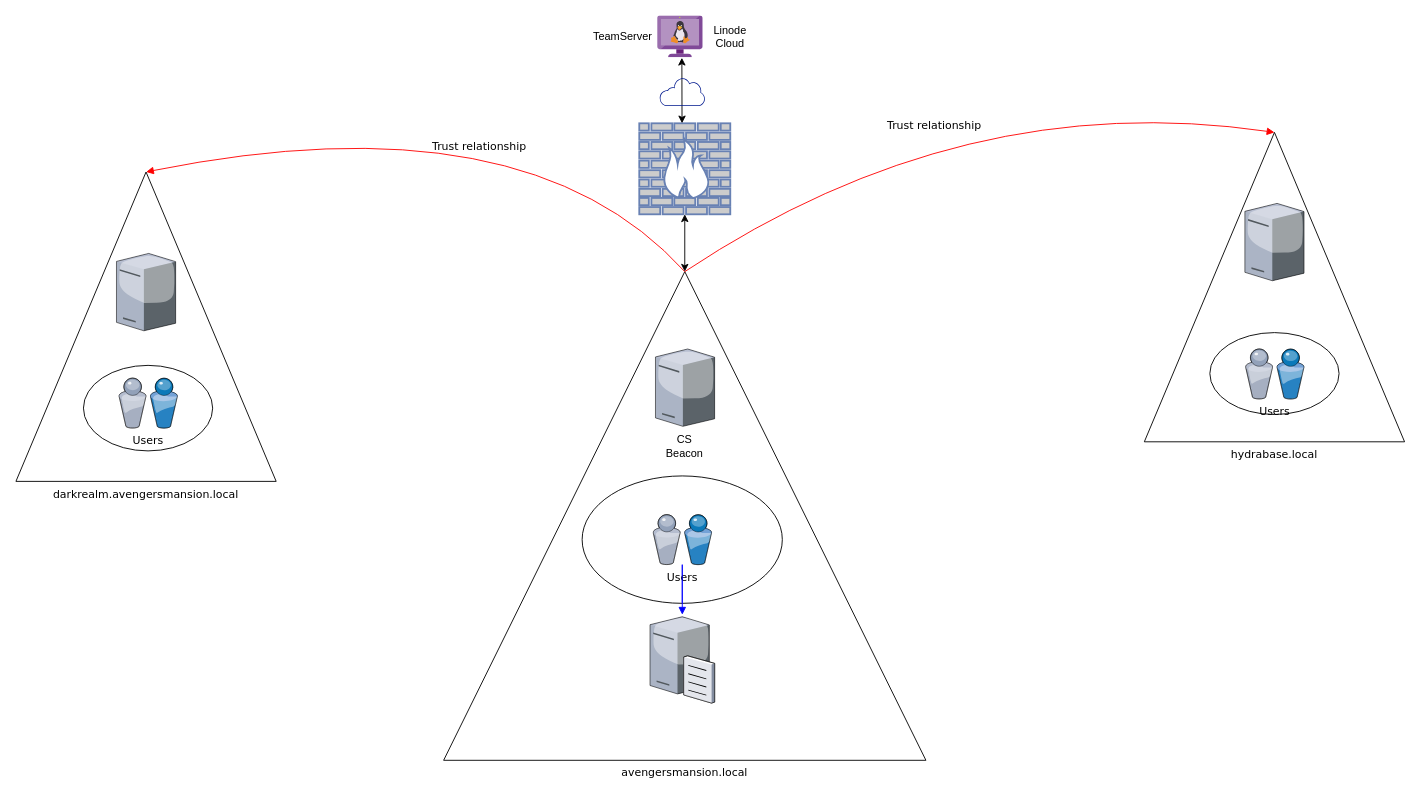
This is Untitled Diagram.drawio from raghavmishra/diagrams, a draw.io file, before an edit. Source tidied: cells renumbered, new cells numbered last; positions are measured from the earlier drawing's top-left corner, leaving out a move shared by most shapes. Both pictures are drawn from the tidied source at 91%, with x=0, y=0 at pixel (15, 15).
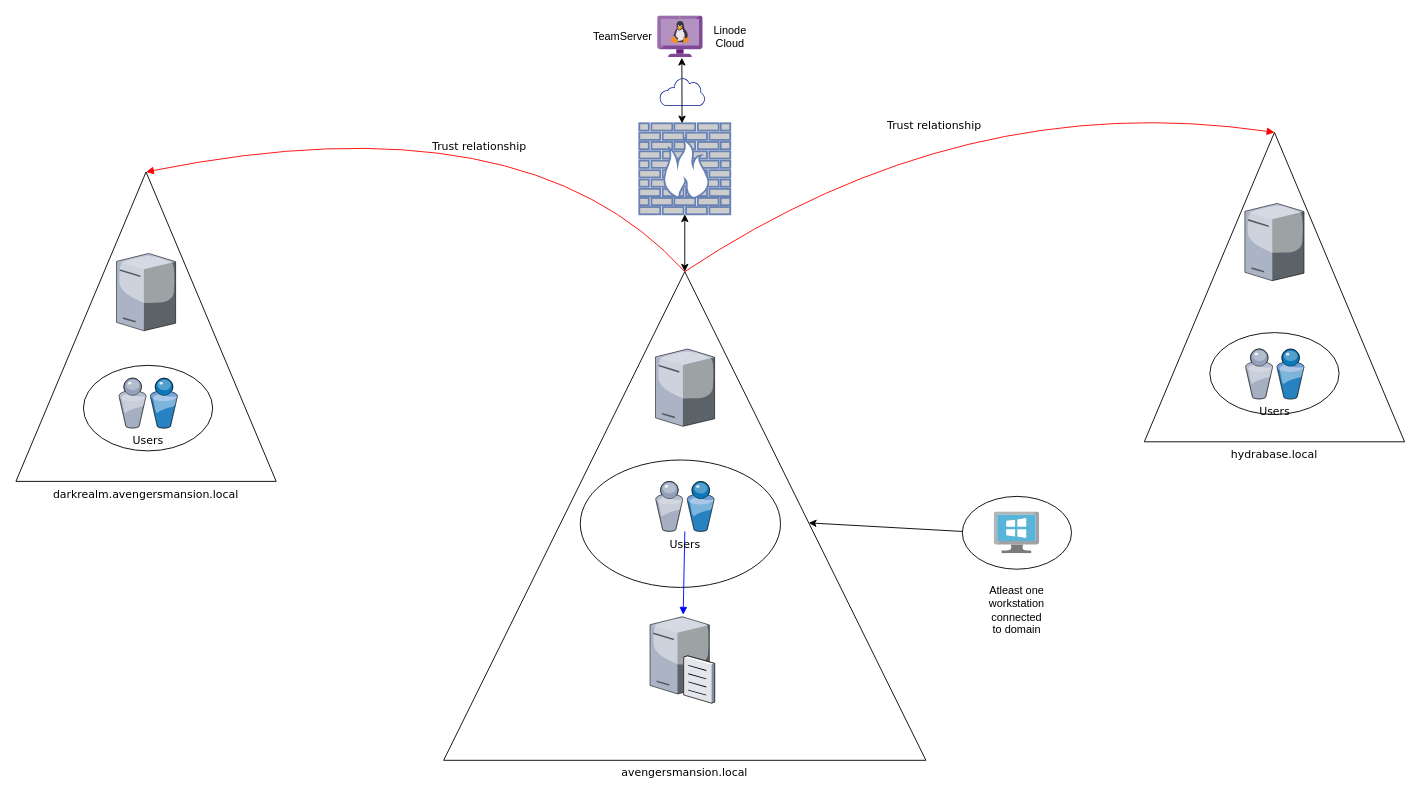
The same page after the edit.

The change refers to these unchanged cells:
```xml
<mxCell id="2" value="avengersmansion.local" style="triangle;whiteSpace=wrap;html=1;rounded=0;shadow=0;comic=0;strokeWidth=1;fontFamily=Verdana;direction=north;labelPosition=center;verticalLabelPosition=bottom;align=center;verticalAlign=top;" parent="1" vertex="1">
  <mxGeometry x="470" y="281" width="530" height="537" as="geometry" />
</mxCell>
```

The edit, as a diff of the source:
```diff
@@
+    <mxCell id="27" style="ellipse;whiteSpace=wrap;html=1;" parent="1" vertex="1">
+      <mxGeometry x="1040" y="528" width="120" height="80" as="geometry" />
+    </mxCell>
@@
     <mxCell id="8" style="ellipse;whiteSpace=wrap;html=1;rounded=0;shadow=0;comic=0;strokeWidth=1;fontFamily=Verdana;" parent="1" vertex="1">
-      <mxGeometry x="622.2" y="505.5" width="220" height="140" as="geometry" />
+      <mxGeometry x="620.2" y="488" width="220" height="140" as="geometry" />
     </mxCell>
@@
     <mxCell id="19" value="Users" style="verticalLabelPosition=bottom;html=1;verticalAlign=top;strokeColor=none;shape=mxgraph.citrix.users;rounded=0;shadow=0;comic=0;fontFamily=Verdana;" parent="1" vertex="1">
-      <mxGeometry x="700" y="548" width="64.5" height="55" as="geometry" />
+      <mxGeometry x="702.8" y="511.5" width="64.5" height="55" as="geometry" />
     </mxCell>
-    <mxCell id="20" style="edgeStyle=none;rounded=0;html=1;exitX=0.5;exitY=1;labelBackgroundColor=none;startArrow=none;startFill=0;endArrow=none;endFill=1;strokeColor=#0000FF;strokeWidth=1;fontFamily=Verdana;fontSize=12;fontColor=#000000;" parent="1" edge="1" source="8" target="19">
-      <mxGeometry relative="1" as="geometry" />
+    <mxCell id="20" style="edgeStyle=none;rounded=0;html=1;exitX=0.5;exitY=1;labelBackgroundColor=none;startArrow=none;startFill=0;endArrow=none;endFill=1;strokeColor=#0000FF;strokeWidth=1;fontFamily=Verdana;fontSize=12;fontColor=#000000;" parent="1" edge="1" source="8">
+      <mxGeometry relative="1" as="geometry">
+        <mxPoint x="730" y="628" as="targetPoint" />
+      </mxGeometry>
     </mxCell>
@@
-    <mxCell id="23" value="CS Beacon" style="text;html=1;strokeColor=none;fillColor=none;align=center;verticalAlign=middle;whiteSpace=wrap;rounded=0;" parent="1" vertex="1">
-      <mxGeometry x="705.2" y="458" width="60" height="30" as="geometry" />
-    </mxCell>
@@
+    <mxCell id="28" style="sketch=0;html=1;align=center;image;fontSize=12;image=img/lib/mscae/VirtualMachineWindows.svg;" parent="1" vertex="1">
+      <mxGeometry x="1075" y="545" width="50" height="46" as="geometry" />
+    </mxCell>
+    <mxCell id="29" style="endArrow=classic;html=1;rounded=0;" parent="1" edge="1" target="2">
+      <mxGeometry relative="1" as="geometry">
+        <mxPoint x="1040" y="566.5" as="sourcePoint" />
+      </mxGeometry>
+    </mxCell>
+    <mxCell id="30" value="Atleast one workstation connected to domain" style="text;html=1;strokeColor=none;fillColor=none;align=center;verticalAlign=middle;whiteSpace=wrap;rounded=0;" parent="1" vertex="1">
+      <mxGeometry x="1070" y="638" width="60" height="30" as="geometry" />
+    </mxCell>
```
